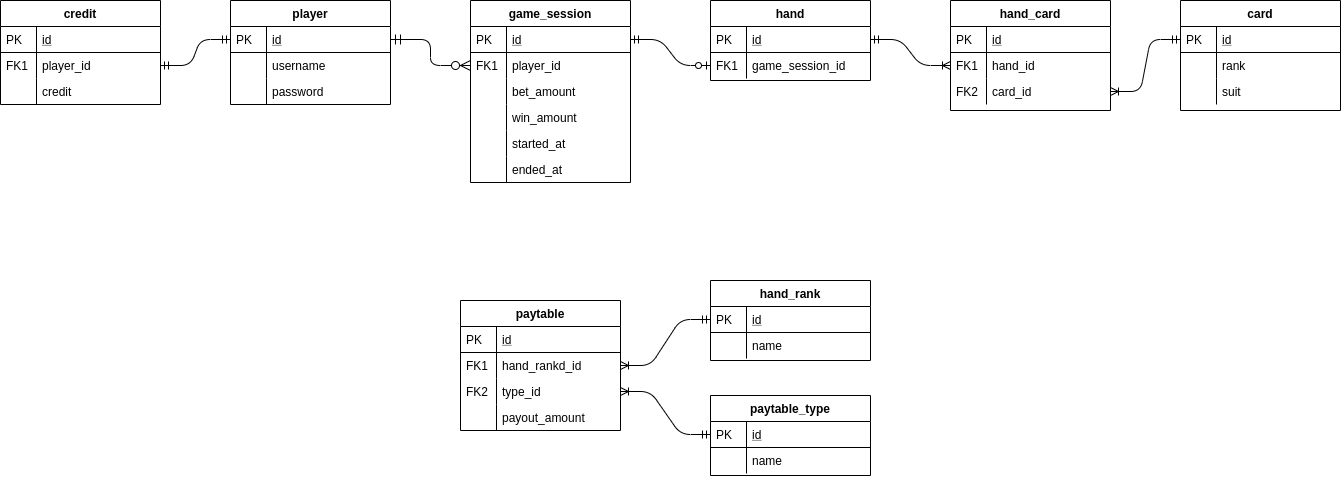
Earlier version of the draw.io export docs/erd.png (SeohyunJung1231/poker-backend). Source tidied: cells renumbered, new cells last; positions are measured from the earlier drawing's top-left corner, leaving out a move shared by most shapes.
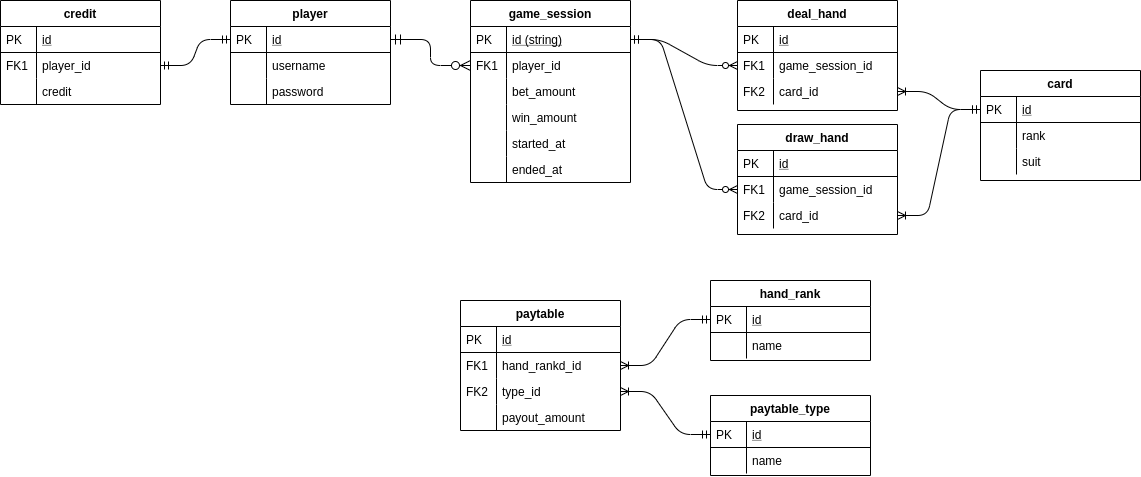
The same file after the commit.

What changed in the source:
```diff
@@ -26,7 +26,7 @@
     <mxCell id="9" value="game_session" style="swimlane;fontStyle=1;horizontal=1;startSize=26;rounded=0;shadow=0;strokeWidth=1;" parent="1" vertex="1">
       <mxGeometry x="470" width="160" height="182" as="geometry" />
     </mxCell>
-    <mxCell id="10" value="id" style="shape=partialRectangle;top=0;left=0;right=0;bottom=1;align=left;verticalAlign=top;fillColor=none;spacingLeft=40;spacingRight=4;overflow=hidden;points=[[0,0.5],[1,0.5]];portConstraint=eastwest;rounded=0;shadow=0;strokeWidth=1;fontStyle=4;" parent="9" vertex="1">
+    <mxCell id="10" value="id (string)" style="shape=partialRectangle;top=0;left=0;right=0;bottom=1;align=left;verticalAlign=top;fillColor=none;spacingLeft=40;spacingRight=4;overflow=hidden;points=[[0,0.5],[1,0.5]];portConstraint=eastwest;rounded=0;shadow=0;strokeWidth=1;fontStyle=4;" parent="9" vertex="1">
       <mxGeometry y="26" width="160" height="26" as="geometry" />
     </mxCell>
     <mxCell id="11" value="PK" style="shape=partialRectangle;top=0;left=0;bottom=0;fillColor=none;align=left;verticalAlign=top;spacingLeft=4;spacingRight=4;overflow=hidden;" parent="10" vertex="1">
@@ -65,21 +65,6 @@
     <mxCell id="22" style="edgeStyle=orthogonalEdgeStyle;endArrow=ERzeroToMany;startArrow=ERmandOne;shadow=0;strokeWidth=1;endSize=8;startSize=8;" parent="1" edge="1" source="3" target="12">
       <mxGeometry relative="1" as="geometry" />
     </mxCell>
-    <mxCell id="23" value="hand" style="swimlane;fontStyle=1;horizontal=1;startSize=26;rounded=0;shadow=0;strokeWidth=1;" parent="1" vertex="1">
-      <mxGeometry x="710" width="160" height="80" as="geometry" />
-    </mxCell>
-    <mxCell id="24" value="id" style="shape=partialRectangle;top=0;left=0;right=0;bottom=1;align=left;verticalAlign=top;fillColor=none;spacingLeft=40;spacingRight=4;overflow=hidden;points=[[0,0.5],[1,0.5]];portConstraint=eastwest;rounded=0;shadow=0;strokeWidth=1;fontStyle=4;" parent="23" vertex="1">
-      <mxGeometry y="26" width="160" height="26" as="geometry" />
-    </mxCell>
-    <mxCell id="25" value="PK" style="shape=partialRectangle;top=0;left=0;bottom=0;fillColor=none;align=left;verticalAlign=top;spacingLeft=4;spacingRight=4;overflow=hidden;" parent="24" vertex="1">
-      <mxGeometry width="36" height="26" as="geometry" />
-    </mxCell>
-    <mxCell id="26" value="game_session_id" style="shape=partialRectangle;top=0;left=0;right=0;bottom=0;align=left;verticalAlign=top;fillColor=none;spacingLeft=40;spacingRight=4;overflow=hidden;points=[[0,0.5],[1,0.5]];portConstraint=eastwest;rounded=0;shadow=0;strokeWidth=1;" parent="23" vertex="1">
-      <mxGeometry y="52" width="160" height="26" as="geometry" />
-    </mxCell>
-    <mxCell id="27" value="FK1" style="shape=partialRectangle;top=0;left=0;bottom=0;fillColor=none;align=left;verticalAlign=top;spacingLeft=4;spacingRight=4;overflow=hidden;" parent="26" vertex="1">
-      <mxGeometry width="36" height="26" as="geometry" />
-    </mxCell>
     <mxCell id="28" style="edgeStyle=entityRelationEdgeStyle;fontSize=12;html=1;endArrow=ERmandOne;startArrow=ERmandOne;" parent="1" edge="1" source="32" target="3">
       <mxGeometry relative="1" as="geometry" />
     </mxCell>
@@ -104,9 +89,6 @@
     <mxCell id="35" style="shape=partialRectangle;top=0;left=0;bottom=0;fillColor=none;align=left;verticalAlign=top;spacingLeft=4;spacingRight=4;overflow=hidden;" parent="34" vertex="1">
       <mxGeometry width="36" height="26" as="geometry" />
     </mxCell>
-    <mxCell id="36" style="edgeStyle=entityRelationEdgeStyle;fontSize=12;html=1;endArrow=ERzeroToOne;startArrow=ERmandOne;exitX=1;exitY=0.5;exitDx=0;exitDy=0;" parent="1" edge="1" source="10" target="26">
-      <mxGeometry relative="1" as="geometry" />
-    </mxCell>
     <mxCell id="37" style="edgeStyle=entityRelationEdgeStyle;fontSize=12;html=1;endArrow=ERoneToMany;startArrow=ERmandOne;" parent="1" edge="1" source="54" target="44">
       <mxGeometry relative="1" as="geometry" />
     </mxCell>
@@ -170,8 +152,20 @@
     <mxCell id="57" style="shape=partialRectangle;top=0;left=0;bottom=0;fillColor=none;align=left;verticalAlign=top;spacingLeft=4;spacingRight=4;overflow=hidden;" parent="56" vertex="1">
       <mxGeometry width="36" height="26" as="geometry" />
     </mxCell>
+    <mxCell id="73" style="edgeStyle=entityRelationEdgeStyle;fontSize=12;html=1;endArrow=ERoneToMany;startArrow=ERmandOne;" parent="1" edge="1" source="59" target="70">
+      <mxGeometry relative="1" as="geometry" />
+    </mxCell>
+    <mxCell id="36" style="edgeStyle=entityRelationEdgeStyle;fontSize=12;html=1;endArrow=ERzeroToMany;startArrow=ERmandOne;exitX=1;exitY=0.5;exitDx=0;exitDy=0;" parent="1" edge="1" source="10" target="26">
+      <mxGeometry relative="1" as="geometry" />
+    </mxCell>
+    <mxCell id="74" style="edgeStyle=entityRelationEdgeStyle;fontSize=12;html=1;endArrow=ERzeroToMany;startArrow=ERmandOne;" parent="1" edge="1" source="10" target="68">
+      <mxGeometry relative="1" as="geometry" />
+    </mxCell>
+    <mxCell id="75" style="edgeStyle=entityRelationEdgeStyle;fontSize=12;html=1;endArrow=ERoneToMany;startArrow=ERmandOne;" parent="1" edge="1" source="59" target="77">
+      <mxGeometry relative="1" as="geometry" />
+    </mxCell>
     <mxCell id="58" value="card" style="swimlane;fontStyle=1;horizontal=1;startSize=26;rounded=0;shadow=0;strokeWidth=1;" parent="1" vertex="1">
-      <mxGeometry x="1180" width="160" height="110" as="geometry" />
+      <mxGeometry x="980" y="70" width="160" height="110" as="geometry" />
     </mxCell>
     <mxCell id="59" value="id" style="shape=partialRectangle;top=0;left=0;right=0;bottom=1;align=left;verticalAlign=top;fillColor=none;spacingLeft=40;spacingRight=4;overflow=hidden;points=[[0,0.5],[1,0.5]];portConstraint=eastwest;rounded=0;shadow=0;strokeWidth=1;fontStyle=4;" parent="58" vertex="1">
       <mxGeometry y="26" width="160" height="26" as="geometry" />
@@ -191,8 +185,29 @@
     <mxCell id="64" style="shape=partialRectangle;top=0;left=0;bottom=0;fillColor=none;align=left;verticalAlign=top;spacingLeft=4;spacingRight=4;overflow=hidden;" parent="63" vertex="1">
       <mxGeometry width="36" height="26" as="geometry" />
     </mxCell>
+    <mxCell id="76" value="deal_hand" style="swimlane;fontStyle=1;horizontal=1;startSize=26;rounded=0;shadow=0;strokeWidth=1;" parent="1" vertex="1">
+      <mxGeometry x="737" width="160" height="110" as="geometry" />
+    </mxCell>
+    <mxCell id="24" value="id" style="shape=partialRectangle;top=0;left=0;right=0;bottom=1;align=left;verticalAlign=top;fillColor=none;spacingLeft=40;spacingRight=4;overflow=hidden;points=[[0,0.5],[1,0.5]];portConstraint=eastwest;rounded=0;shadow=0;strokeWidth=1;fontStyle=4;" parent="76" vertex="1">
+      <mxGeometry y="26" width="160" height="26" as="geometry" />
+    </mxCell>
+    <mxCell id="25" value="PK" style="shape=partialRectangle;top=0;left=0;bottom=0;fillColor=none;align=left;verticalAlign=top;spacingLeft=4;spacingRight=4;overflow=hidden;" parent="24" vertex="1">
+      <mxGeometry width="36" height="26" as="geometry" />
+    </mxCell>
+    <mxCell id="26" value="game_session_id" style="shape=partialRectangle;top=0;left=0;right=0;bottom=0;align=left;verticalAlign=top;fillColor=none;spacingLeft=40;spacingRight=4;overflow=hidden;points=[[0,0.5],[1,0.5]];portConstraint=eastwest;rounded=0;shadow=0;strokeWidth=1;" parent="76" vertex="1">
+      <mxGeometry y="52" width="160" height="26" as="geometry" />
+    </mxCell>
+    <mxCell id="27" value="FK1" style="shape=partialRectangle;top=0;left=0;bottom=0;fillColor=none;align=left;verticalAlign=top;spacingLeft=4;spacingRight=4;overflow=hidden;" parent="26" vertex="1">
+      <mxGeometry width="36" height="26" as="geometry" />
+    </mxCell>
+    <mxCell id="77" value="card_id" style="shape=partialRectangle;top=0;left=0;right=0;bottom=0;align=left;verticalAlign=top;fillColor=none;spacingLeft=40;spacingRight=4;overflow=hidden;points=[[0,0.5],[1,0.5]];portConstraint=eastwest;rounded=0;shadow=0;strokeWidth=1;" parent="76" vertex="1">
+      <mxGeometry y="78" width="160" height="26" as="geometry" />
+    </mxCell>
+    <mxCell id="78" value="FK2" style="shape=partialRectangle;top=0;left=0;bottom=0;fillColor=none;align=left;verticalAlign=top;spacingLeft=4;spacingRight=4;overflow=hidden;" parent="77" vertex="1">
+      <mxGeometry width="36" height="26" as="geometry" />
+    </mxCell>
-    <mxCell id="65" value="hand_card" style="swimlane;fontStyle=1;horizontal=1;startSize=26;rounded=0;shadow=0;strokeWidth=1;" parent="1" vertex="1">
-      <mxGeometry x="950" width="160" height="110" as="geometry" />
+    <mxCell id="65" value="draw_hand" style="swimlane;fontStyle=1;horizontal=1;startSize=26;rounded=0;shadow=0;strokeWidth=1;" parent="1" vertex="1">
+      <mxGeometry x="737" y="124" width="160" height="110" as="geometry" />
     </mxCell>
     <mxCell id="66" value="id" style="shape=partialRectangle;top=0;left=0;right=0;bottom=1;align=left;verticalAlign=top;fillColor=none;spacingLeft=40;spacingRight=4;overflow=hidden;rounded=0;shadow=0;strokeWidth=1;fontStyle=4;" parent="65" vertex="1">
       <mxGeometry y="26" width="160" height="26" as="geometry" />
@@ -200,7 +215,7 @@
     <mxCell id="67" value="PK" style="shape=partialRectangle;top=0;left=0;bottom=0;fillColor=none;align=left;verticalAlign=top;spacingLeft=4;spacingRight=4;overflow=hidden;" parent="66" vertex="1">
       <mxGeometry width="36" height="26" as="geometry" />
     </mxCell>
-    <mxCell id="68" value="hand_id" style="shape=partialRectangle;top=0;left=0;right=0;bottom=0;align=left;verticalAlign=top;fillColor=none;spacingLeft=40;spacingRight=4;overflow=hidden;points=[[0,0.5],[1,0.5]];portConstraint=eastwest;rounded=0;shadow=0;strokeWidth=1;" parent="65" vertex="1">
+    <mxCell id="68" value="game_session_id" style="shape=partialRectangle;top=0;left=0;right=0;bottom=0;align=left;verticalAlign=top;fillColor=none;spacingLeft=40;spacingRight=4;overflow=hidden;points=[[0,0.5],[1,0.5]];portConstraint=eastwest;rounded=0;shadow=0;strokeWidth=1;" parent="65" vertex="1">
       <mxGeometry y="52" width="160" height="26" as="geometry" />
     </mxCell>
     <mxCell id="69" value="FK1" style="shape=partialRectangle;top=0;left=0;bottom=0;fillColor=none;align=left;verticalAlign=top;spacingLeft=4;spacingRight=4;overflow=hidden;" parent="68" vertex="1">
@@ -212,11 +227,5 @@
     <mxCell id="71" value="FK2" style="shape=partialRectangle;top=0;left=0;bottom=0;fillColor=none;align=left;verticalAlign=top;spacingLeft=4;spacingRight=4;overflow=hidden;" parent="70" vertex="1">
       <mxGeometry width="36" height="26" as="geometry" />
     </mxCell>
-    <mxCell id="72" style="edgeStyle=entityRelationEdgeStyle;fontSize=12;html=1;endArrow=ERoneToMany;startArrow=ERmandOne;" parent="1" edge="1" source="24" target="68">
-      <mxGeometry relative="1" as="geometry" />
-    </mxCell>
-    <mxCell id="73" style="edgeStyle=entityRelationEdgeStyle;fontSize=12;html=1;endArrow=ERoneToMany;startArrow=ERmandOne;" parent="1" edge="1" source="59" target="70">
-      <mxGeometry relative="1" as="geometry" />
-    </mxCell>
   </root>
 </mxGraphModel>
```
